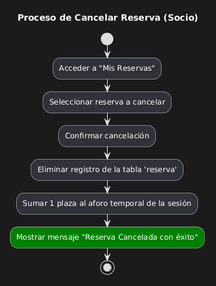
This is docs/diagramasUML/DiagramaActividades/Actividad_Cancelar_Reserva.png from FerminGarridoMartinDAM/ProyectoInterModular1DAMAppGimnasio, a PlantUML export, as it was before one commit. The source it was exported from:
```plantuml
@startuml
title Proceso de Cancelar Reserva (Socio)

start

:Acceder a "Mis Reservas";
:Seleccionar reserva a cancelar;
:Confirmar cancelación;

:Eliminar registro de la tabla 'reserva';
:Sumar 1 plaza al aforo temporal de la sesión;

:Mostrar mensaje "Reserva Cancelada con éxito"; <<#green>>

stop
@enduml
```
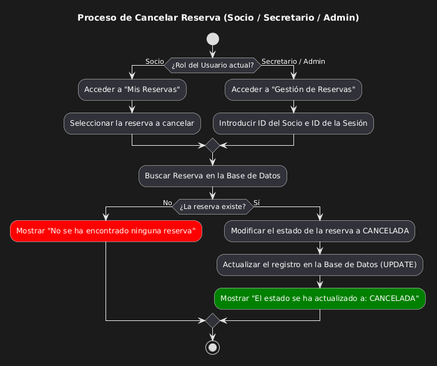
Above is the later version.

The edit, as a diff of the source:
```diff
@@ -1,16 +1,25 @@
 @startuml
-title Proceso de Cancelar Reserva (Socio)
+title Proceso de Cancelar Reserva (Socio / Secretario / Admin)
 
 start
 
-:Acceder a "Mis Reservas";
-:Seleccionar reserva a cancelar;
-:Confirmar cancelación;
+if (¿Rol del Usuario actual?) then (Socio)
+  :Acceder a "Mis Reservas";
+  :Seleccionar la reserva a cancelar;
+else (Secretario / Admin)
+  :Acceder a "Gestión de Reservas";
+  :Introducir ID del Socio e ID de la Sesión;
+endif
 
-:Eliminar registro de la tabla 'reserva';
-:Sumar 1 plaza al aforo temporal de la sesión;
+:Buscar Reserva en la Base de Datos;
 
-:Mostrar mensaje "Reserva Cancelada con éxito"; <<#green>>
+if (¿La reserva existe?) then (No)
+  :Mostrar "No se ha encontrado ninguna reserva"; <<#red>>
+else (Sí)
+  :Modificar el estado de la reserva a CANCELADA;
+  :Actualizar el registro en la Base de Datos (UPDATE);
+  :Mostrar "El estado se ha actualizado a: CANCELADA"; <<#green>>
+endif
 
 stop
 @enduml
```
